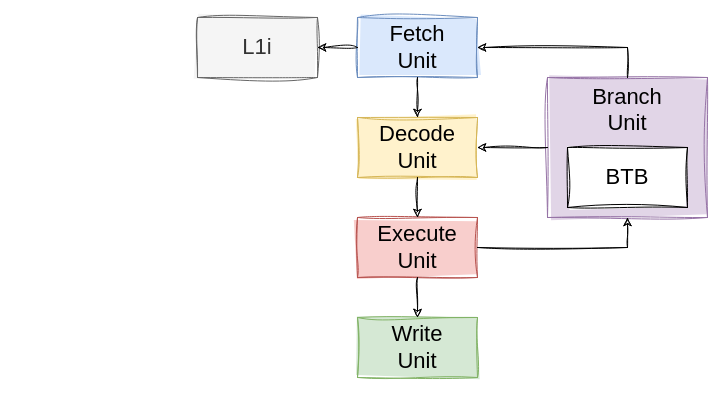
Above: page "mvp-4" (4 of 6) of res/majorana.drawio in teivah/majorana (draw.io), before the change. Source tidied: cells renumbered, new cells numbered last; positions are measured from the earlier drawing's top-left corner, leaving out a move shared by most shapes. Both pictures are drawn from the tidied source at 100%, with x=0, y=0 at pixel (197, 17).
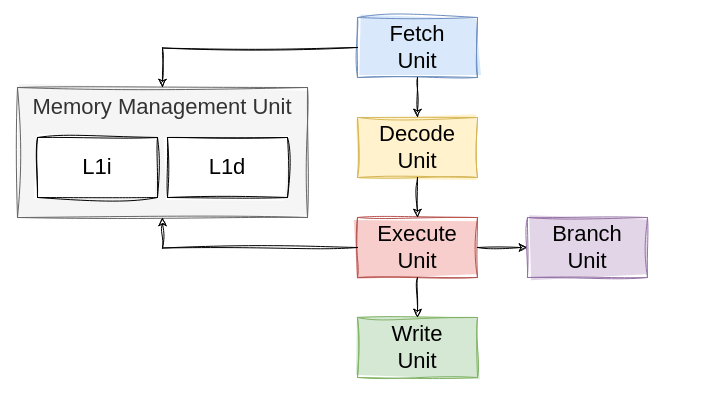
The same diagram, later.

The edit, as a diff of the source:
```diff
@@
 <mxGraphModel>
   <root>
     <mxCell id="0" />
     <mxCell id="1" parent="0" />
     <mxCell id="2" value="Fetch&lt;br&gt;Unit" style="rounded=0;whiteSpace=wrap;html=1;sketch=1;curveFitting=1;jiggle=2;fontSize=22;fillStyle=solid;fillColor=#dae8fc;strokeColor=#6c8ebf;" parent="1" vertex="1">
       <mxGeometry x="160" width="120" height="60" as="geometry" />
     </mxCell>
     <mxCell id="3" value="Decode&lt;br&gt;Unit" style="rounded=0;whiteSpace=wrap;html=1;sketch=1;curveFitting=1;jiggle=2;fontSize=22;fillStyle=solid;fillColor=#fff2cc;strokeColor=#d6b656;" parent="1" vertex="1">
       <mxGeometry x="160" y="100" width="120" height="60" as="geometry" />
     </mxCell>
     <mxCell id="4" style="endArrow=classic;html=1;rounded=0;exitX=0.5;exitY=1;exitDx=0;exitDy=0;sketch=1;curveFitting=1;jiggle=2;" parent="1" edge="1" source="2" target="3">
       <mxGeometry relative="1" as="geometry" />
     </mxCell>
     <mxCell id="5" value="Execute&lt;br&gt;Unit" style="rounded=0;whiteSpace=wrap;html=1;sketch=1;curveFitting=1;jiggle=2;fontSize=22;fillStyle=solid;fillColor=#f8cecc;strokeColor=#b85450;" parent="1" vertex="1">
       <mxGeometry x="160" y="200" width="120" height="60" as="geometry" />
     </mxCell>
     <mxCell id="6" value="Write&lt;br&gt;Unit" style="rounded=0;whiteSpace=wrap;html=1;sketch=1;curveFitting=1;jiggle=2;fontSize=22;fillStyle=solid;fillColor=#d5e8d4;strokeColor=#82b366;" parent="1" vertex="1">
       <mxGeometry x="160" y="300" width="120" height="60" as="geometry" />
     </mxCell>
     <mxCell id="7" style="endArrow=classic;html=1;rounded=0;sketch=1;curveFitting=1;jiggle=2;entryX=0.5;entryY=0;entryDx=0;entryDy=0;" parent="1" edge="1" target="5">
       <mxGeometry relative="1" as="geometry">
         <mxPoint x="220" y="160" as="sourcePoint" />
       </mxGeometry>
     </mxCell>
     <mxCell id="8" style="endArrow=classic;html=1;rounded=0;sketch=1;curveFitting=1;jiggle=2;entryX=0.5;entryY=0;entryDx=0;entryDy=0;exitX=0.5;exitY=1;exitDx=0;exitDy=0;" parent="1" edge="1" source="5" target="6">
       <mxGeometry relative="1" as="geometry" />
     </mxCell>
+    <mxCell id="12" style="endArrow=classic;html=1;rounded=0;sketch=1;curveFitting=1;jiggle=2;entryX=0;entryY=0.5;entryDx=0;entryDy=0;exitX=1;exitY=0.5;exitDx=0;exitDy=0;edgeStyle=orthogonalEdgeStyle;" parent="1" edge="1" source="5" target="11">
+      <mxGeometry relative="1" as="geometry" />
+    </mxCell>
+    <mxCell id="16" value="Memory Management Unit" style="rounded=0;whiteSpace=wrap;html=1;sketch=1;curveFitting=1;jiggle=2;fontSize=22;fillStyle=solid;fillColor=#f5f5f5;fontColor=#333333;strokeColor=#666666;verticalAlign=top;" parent="1" vertex="1">
+      <mxGeometry x="-180" y="70" width="290" height="130" as="geometry" />
+    </mxCell>
-    <mxCell id="9" value="L1i" style="rounded=0;whiteSpace=wrap;html=1;sketch=1;curveFitting=1;jiggle=2;fontSize=22;fillStyle=solid;fillColor=#f5f5f5;fontColor=#333333;strokeColor=#666666;" parent="1" vertex="1">
-      <mxGeometry width="120" height="60" as="geometry" />
+    <mxCell id="9" value="L1i" style="rounded=0;whiteSpace=wrap;html=1;sketch=1;curveFitting=1;jiggle=2;fontSize=22;fillStyle=solid;" parent="1" vertex="1">
+      <mxGeometry x="-160" y="120" width="120" height="60" as="geometry" />
     </mxCell>
-    <mxCell id="10" style="endArrow=classic;html=1;rounded=0;exitX=0;exitY=0.5;exitDx=0;exitDy=0;sketch=1;curveFitting=1;jiggle=2;entryX=1;entryY=0.5;entryDx=0;entryDy=0;" parent="1" edge="1" source="2" target="9">
-      <mxGeometry relative="1" as="geometry" />
-    </mxCell>
+    <mxCell id="17" value="L1d" style="rounded=0;whiteSpace=wrap;html=1;sketch=1;curveFitting=1;jiggle=2;fontSize=22;fillStyle=solid;" parent="1" vertex="1">
+      <mxGeometry x="-30" y="120" width="120" height="60" as="geometry" />
+    </mxCell>
+    <mxCell id="18" style="endArrow=classic;html=1;rounded=0;exitX=0;exitY=0.5;exitDx=0;exitDy=0;sketch=1;curveFitting=1;jiggle=2;entryX=0.5;entryY=0;entryDx=0;entryDy=0;edgeStyle=orthogonalEdgeStyle;" parent="1" edge="1" target="16">
+      <mxGeometry relative="1" as="geometry">
+        <mxPoint x="160" y="30" as="sourcePoint" />
+      </mxGeometry>
+    </mxCell>
+    <mxCell id="19" style="endArrow=classic;html=1;rounded=0;exitX=0;exitY=0.5;exitDx=0;exitDy=0;sketch=1;curveFitting=1;jiggle=2;entryX=0.5;entryY=1;entryDx=0;entryDy=0;edgeStyle=orthogonalEdgeStyle;" parent="1" edge="1" target="16">
+      <mxGeometry relative="1" as="geometry">
+        <mxPoint x="160" y="230" as="sourcePoint" />
+      </mxGeometry>
+    </mxCell>
-    <mxCell id="11" value="Branch&lt;br&gt;Unit" style="rounded=0;whiteSpace=wrap;html=1;sketch=1;curveFitting=1;jiggle=2;fontSize=22;verticalAlign=top;fillStyle=solid;fillColor=#e1d5e7;strokeColor=#9673a6;" parent="1" vertex="1">
-      <mxGeometry x="350" y="60" width="160" height="140" as="geometry" />
+    <mxCell id="11" value="Branch&lt;br&gt;Unit" style="rounded=0;whiteSpace=wrap;html=1;sketch=1;curveFitting=1;jiggle=2;fontSize=22;fillStyle=solid;fillColor=#e1d5e7;strokeColor=#9673a6;" parent="1" vertex="1">
+      <mxGeometry x="330" y="200" width="120" height="60" as="geometry" />
     </mxCell>
-    <mxCell id="12" style="endArrow=classic;html=1;rounded=0;sketch=1;curveFitting=1;jiggle=2;entryX=0.5;entryY=1;entryDx=0;entryDy=0;exitX=1;exitY=0.5;exitDx=0;exitDy=0;edgeStyle=orthogonalEdgeStyle;" parent="1" edge="1" source="5" target="11">
-      <mxGeometry relative="1" as="geometry" />
-    </mxCell>
-    <mxCell id="13" value="BTB" style="rounded=0;whiteSpace=wrap;html=1;sketch=1;curveFitting=1;jiggle=2;fontSize=22;fillStyle=solid;" parent="1" vertex="1">
-      <mxGeometry x="370" y="130" width="120" height="60" as="geometry" />
-    </mxCell>
-    <mxCell id="14" style="endArrow=classic;html=1;rounded=0;sketch=1;curveFitting=1;jiggle=2;entryX=1;entryY=0.5;entryDx=0;entryDy=0;exitX=0.5;exitY=0;exitDx=0;exitDy=0;edgeStyle=orthogonalEdgeStyle;" parent="1" edge="1" source="11" target="2">
-      <mxGeometry relative="1" as="geometry" />
-    </mxCell>
-    <mxCell id="15" style="endArrow=classic;html=1;rounded=0;sketch=1;curveFitting=1;jiggle=2;exitX=0;exitY=0.5;exitDx=0;exitDy=0;edgeStyle=orthogonalEdgeStyle;" parent="1" edge="1" source="11" target="3">
-      <mxGeometry relative="1" as="geometry" />
-    </mxCell>
   </root>
 </mxGraphModel>
```
